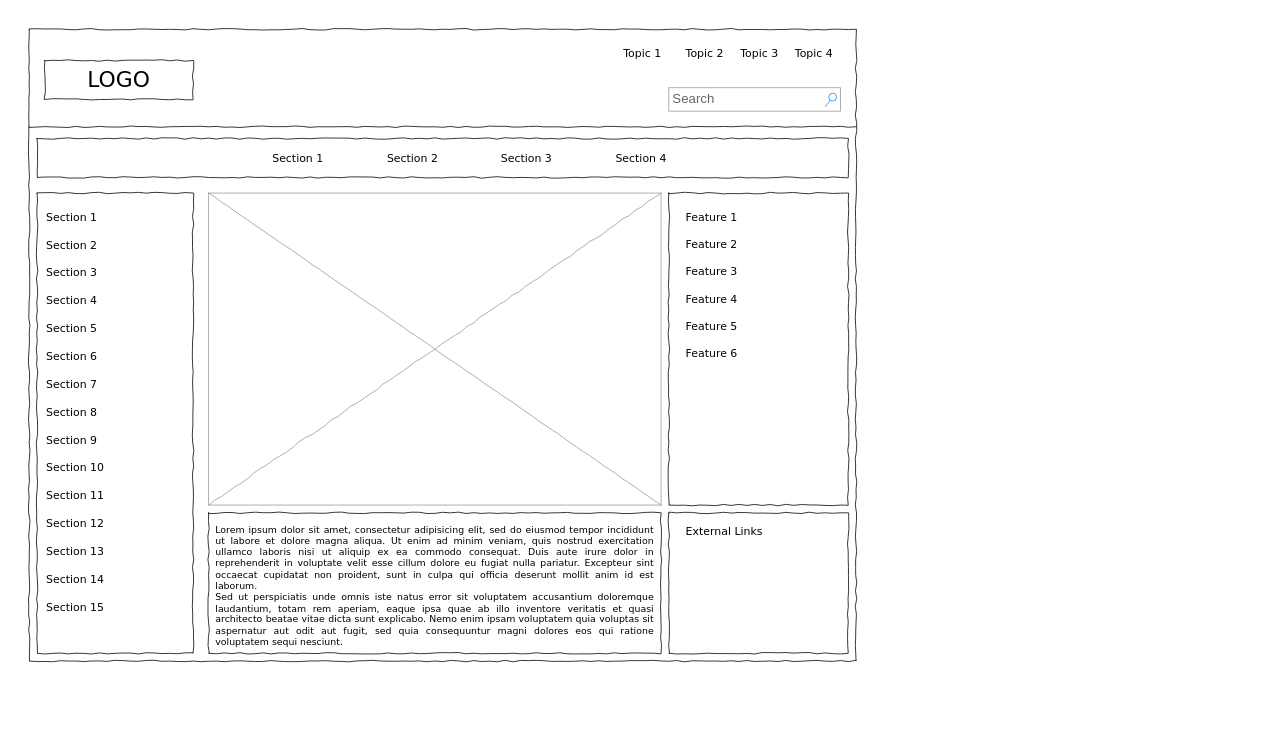
This is doc/wireframe/Home_Desktop.drawio from nietcetera/missablestracker-react, a draw.io file, before an edit. Source tidied: cells renumbered, new cells numbered last; positions are measured from the earlier drawing's top-left corner, leaving out a move shared by most shapes. Both pictures are drawn from the tidied source at 78%, with x=0, y=0 at pixel (29, 29).
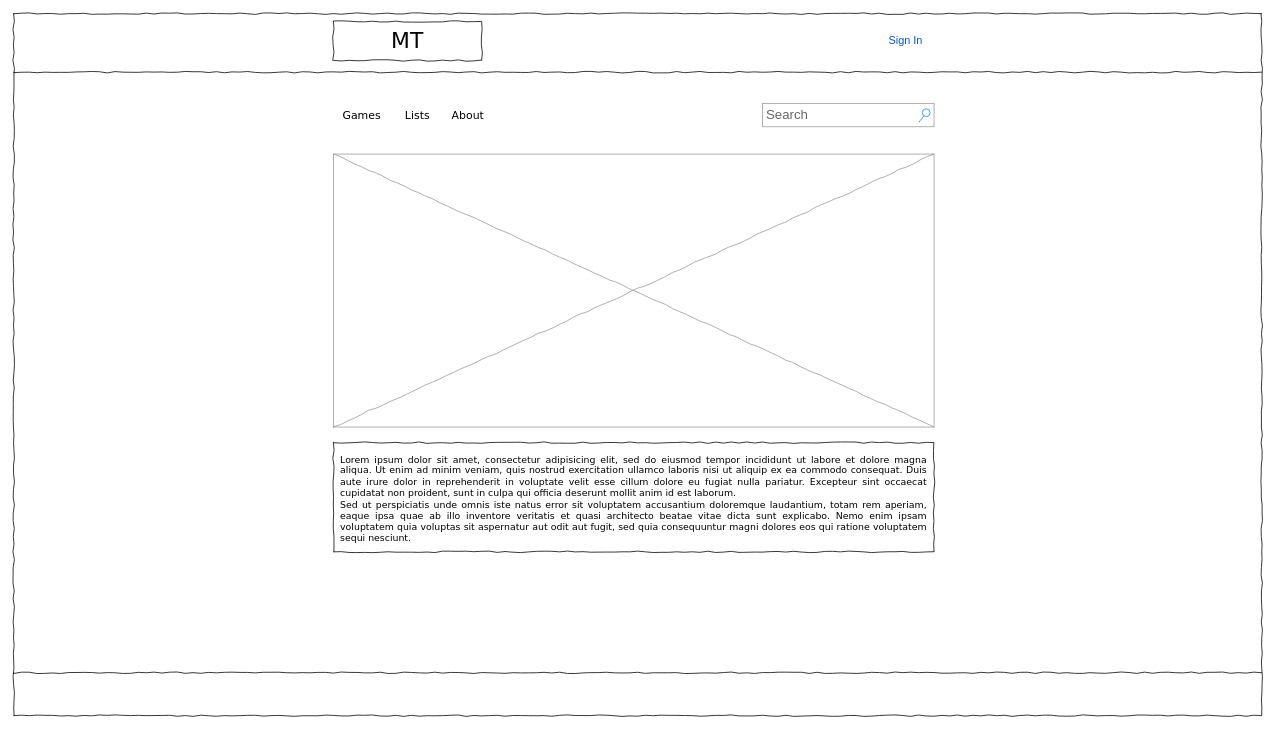
The same diagram, later.

Change to the diagram source:
```diff
@@
     <mxCell id="2" style="whiteSpace=wrap;html=1;rounded=0;shadow=0;labelBackgroundColor=none;strokeColor=#000000;strokeWidth=1;fillColor=none;fontFamily=Verdana;fontSize=12;fontColor=#000000;align=center;comic=1;" parent="1" vertex="1">
-      <mxGeometry width="1060" height="810" as="geometry" />
+      <mxGeometry x="-20" y="-20" width="1600" height="900" as="geometry" />
     </mxCell>
+    <mxCell id="42" style="whiteSpace=wrap;html=1;rounded=0;shadow=0;labelBackgroundColor=none;strokeWidth=1;fillColor=none;fontFamily=Verdana;fontSize=12;align=center;comic=1;strokeColor=none;" parent="1" vertex="1">
+      <mxGeometry x="-20" y="60" width="400" height="760" as="geometry" />
+    </mxCell>
-    <mxCell id="3" value="LOGO" style="whiteSpace=wrap;html=1;rounded=0;shadow=0;labelBackgroundColor=none;strokeWidth=1;fontFamily=Verdana;fontSize=28;align=center;comic=1;" parent="1" vertex="1">
-      <mxGeometry x="20" y="40" width="190" height="50" as="geometry" />
+    <mxCell id="3" value="MT" style="whiteSpace=wrap;html=1;rounded=0;shadow=0;labelBackgroundColor=none;strokeWidth=1;fontFamily=Verdana;fontSize=28;align=center;comic=1;" parent="1" vertex="1">
+      <mxGeometry x="390" y="-10" width="190" height="50" as="geometry" />
     </mxCell>
     <mxCell id="4" value="Search" style="strokeWidth=1;shadow=0;dashed=0;align=center;html=1;shape=mxgraph.mockup.forms.searchBox;strokeColor=#999999;mainText=;strokeColor2=#008cff;fontColor=#666666;fontSize=17;align=left;spacingLeft=3;rounded=0;labelBackgroundColor=none;comic=1;" parent="1" vertex="1">
-      <mxGeometry x="820" y="75" width="220" height="30" as="geometry" />
+      <mxGeometry x="940" y="95" width="220" height="30" as="geometry" />
     </mxCell>
-    <mxCell id="5" value="Topic 1" style="text;html=1;align=left;verticalAlign=top;spacingTop=-4;fontSize=14;fontFamily=Verdana;" parent="1" vertex="1">
-      <mxGeometry x="760" y="20" width="60" height="20" as="geometry" />
+    <mxCell id="5" value="&lt;div&gt;Games&lt;/div&gt;&lt;div&gt;&lt;br&gt;&lt;/div&gt;" style="text;html=1;align=left;verticalAlign=top;spacingTop=-4;fontSize=14;fontFamily=Verdana;" parent="1" vertex="1">
+      <mxGeometry x="400" y="100" width="60" height="20" as="geometry" />
     </mxCell>
-    <mxCell id="6" value="Topic 2" style="text;html=1;align=left;verticalAlign=top;spacingTop=-4;fontSize=14;fontFamily=Verdana;" parent="1" vertex="1">
-      <mxGeometry x="840" y="20" width="60" height="20" as="geometry" />
+    <mxCell id="6" value="Lists" style="text;html=1;align=left;verticalAlign=top;spacingTop=-4;fontSize=14;fontFamily=Verdana;" parent="1" vertex="1">
+      <mxGeometry x="480" y="100" width="60" height="20" as="geometry" />
     </mxCell>
-    <mxCell id="7" value="Topic 3" style="text;html=1;align=left;verticalAlign=top;spacingTop=-4;fontSize=14;fontFamily=Verdana;" parent="1" vertex="1">
-      <mxGeometry x="910" y="20" width="60" height="20" as="geometry" />
+    <mxCell id="7" value="About" style="text;html=1;align=left;verticalAlign=top;spacingTop=-4;fontSize=14;fontFamily=Verdana;" parent="1" vertex="1">
+      <mxGeometry x="540" y="100" width="60" height="20" as="geometry" />
     </mxCell>
-    <mxCell id="8" value="Topic 4" style="text;html=1;align=left;verticalAlign=top;spacingTop=-4;fontSize=14;fontFamily=Verdana;" parent="1" vertex="1">
-      <mxGeometry x="980" y="20" width="60" height="20" as="geometry" />
-    </mxCell>
-    <mxCell id="9" style="whiteSpace=wrap;html=1;rounded=0;shadow=0;labelBackgroundColor=none;strokeWidth=1;fillColor=none;fontFamily=Verdana;fontSize=12;align=center;comic=1;" parent="1" vertex="1">
-      <mxGeometry x="10" y="210" width="200" height="590" as="geometry" />
-    </mxCell>
     <mxCell id="10" style="line;strokeWidth=1;html=1;rounded=0;shadow=0;labelBackgroundColor=none;fillColor=none;fontFamily=Verdana;fontSize=14;fontColor=#000000;align=center;comic=1;" parent="1" vertex="1">
-      <mxGeometry y="120" width="1060" height="10" as="geometry" />
+      <mxGeometry x="-20" y="50" width="1600" height="10" as="geometry" />
     </mxCell>
-    <mxCell id="11" style="whiteSpace=wrap;html=1;rounded=0;shadow=0;labelBackgroundColor=none;strokeWidth=1;fillColor=none;fontFamily=Verdana;fontSize=12;align=center;comic=1;" parent="1" vertex="1">
-      <mxGeometry x="10" y="140" width="1040" height="50" as="geometry" />
-    </mxCell>
-    <mxCell id="12" value="Section 1" style="text;html=1;align=left;verticalAlign=top;spacingTop=-4;fontSize=14;fontFamily=Verdana;" parent="1" vertex="1">
-      <mxGeometry x="310" y="155" width="60" height="20" as="geometry" />
-    </mxCell>
-    <mxCell id="13" value="Section 2" style="text;html=1;align=left;verticalAlign=top;spacingTop=-4;fontSize=14;fontFamily=Verdana;" parent="1" vertex="1">
-      <mxGeometry x="457" y="155" width="60" height="20" as="geometry" />
-    </mxCell>
-    <mxCell id="14" value="Section 3" style="text;html=1;align=left;verticalAlign=top;spacingTop=-4;fontSize=14;fontFamily=Verdana;" parent="1" vertex="1">
-      <mxGeometry x="603" y="155" width="60" height="20" as="geometry" />
-    </mxCell>
-    <mxCell id="15" value="Section 4" style="text;html=1;align=left;verticalAlign=top;spacingTop=-4;fontSize=14;fontFamily=Verdana;" parent="1" vertex="1">
-      <mxGeometry x="750" y="155" width="60" height="20" as="geometry" />
-    </mxCell>
     <mxCell id="16" value="&lt;div style=&quot;text-align: justify&quot;&gt;&lt;span&gt;Lorem ipsum dolor sit amet, consectetur adipisicing elit, sed do eiusmod tempor incididunt ut labore et dolore magna aliqua. Ut enim ad minim veniam, quis nostrud exercitation ullamco laboris nisi ut aliquip ex ea commodo consequat. Duis aute irure dolor in reprehenderit in voluptate velit esse cillum dolore eu fugiat nulla pariatur. Excepteur sint occaecat cupidatat non proident, sunt in culpa qui officia deserunt mollit anim id est laborum.&lt;/span&gt;&lt;/div&gt;&lt;div style=&quot;text-align: justify&quot;&gt;&lt;span&gt;Sed ut perspiciatis unde omnis iste natus error sit voluptatem accusantium doloremque laudantium, totam rem aperiam, eaque ipsa quae ab illo inventore veritatis et quasi architecto beatae vitae dicta sunt explicabo. Nemo enim ipsam voluptatem quia voluptas sit aspernatur aut odit aut fugit, sed quia consequuntur magni dolores eos qui ratione voluptatem sequi nesciunt.&amp;nbsp;&lt;/span&gt;&lt;/div&gt;" style="whiteSpace=wrap;html=1;rounded=0;shadow=0;labelBackgroundColor=none;strokeWidth=1;fillColor=none;fontFamily=Verdana;fontSize=12;align=center;verticalAlign=top;spacing=10;comic=1;" parent="1" vertex="1">
-      <mxGeometry x="230" y="620" width="580" height="180" as="geometry" />
+      <mxGeometry x="390" y="530" width="770" height="140" as="geometry" />
     </mxCell>
     <mxCell id="17" style="verticalLabelPosition=bottom;shadow=0;dashed=0;align=center;html=1;verticalAlign=top;strokeWidth=1;shape=mxgraph.mockup.graphics.simpleIcon;strokeColor=#999999;rounded=0;labelBackgroundColor=none;fontFamily=Verdana;fontSize=14;fontColor=#000000;comic=1;" parent="1" vertex="1">
-      <mxGeometry x="230" y="210" width="580" height="400" as="geometry" />
+      <mxGeometry x="390" y="160" width="770" height="350" as="geometry" />
     </mxCell>
-    <mxCell id="18" style="whiteSpace=wrap;html=1;rounded=0;shadow=0;labelBackgroundColor=none;strokeWidth=1;fillColor=none;fontFamily=Verdana;fontSize=12;align=center;comic=1;" parent="1" vertex="1">
-      <mxGeometry x="820" y="210" width="230" height="400" as="geometry" />
+    <mxCell id="18" style="whiteSpace=wrap;html=1;rounded=0;shadow=0;labelBackgroundColor=none;strokeWidth=1;fillColor=none;fontFamily=Verdana;fontSize=12;align=center;comic=1;strokeColor=none;" parent="1" vertex="1">
+      <mxGeometry x="1175" y="60" width="400" height="760" as="geometry" />
     </mxCell>
-    <mxCell id="19" style="whiteSpace=wrap;html=1;rounded=0;shadow=0;labelBackgroundColor=none;strokeWidth=1;fillColor=none;fontFamily=Verdana;fontSize=12;align=center;comic=1;" parent="1" vertex="1">
-      <mxGeometry x="820" y="620" width="230" height="180" as="geometry" />
-    </mxCell>
-    <mxCell id="20" value="Section 1" style="text;html=1;align=left;verticalAlign=top;spacingTop=-4;fontSize=14;fontFamily=Verdana;" parent="1" vertex="1">
-      <mxGeometry x="20" y="230" width="170" height="20" as="geometry" />
-    </mxCell>
-    <mxCell id="21" value="Section 2" style="text;html=1;align=left;verticalAlign=top;spacingTop=-4;fontSize=14;fontFamily=Verdana;" parent="1" vertex="1">
-      <mxGeometry x="20" y="266" width="170" height="20" as="geometry" />
-    </mxCell>
-    <mxCell id="22" value="Section 3" style="text;html=1;align=left;verticalAlign=top;spacingTop=-4;fontSize=14;fontFamily=Verdana;" parent="1" vertex="1">
-      <mxGeometry x="20" y="301" width="170" height="20" as="geometry" />
-    </mxCell>
-    <mxCell id="23" value="Section 4" style="text;html=1;align=left;verticalAlign=top;spacingTop=-4;fontSize=14;fontFamily=Verdana;" parent="1" vertex="1">
-      <mxGeometry x="20" y="337" width="170" height="20" as="geometry" />
-    </mxCell>
-    <mxCell id="24" value="Section 7" style="text;html=1;align=left;verticalAlign=top;spacingTop=-4;fontSize=14;fontFamily=Verdana;" parent="1" vertex="1">
-      <mxGeometry x="20" y="444" width="170" height="20" as="geometry" />
-    </mxCell>
-    <mxCell id="25" value="Section 8" style="text;html=1;align=left;verticalAlign=top;spacingTop=-4;fontSize=14;fontFamily=Verdana;" parent="1" vertex="1">
-      <mxGeometry x="20" y="480" width="170" height="20" as="geometry" />
-    </mxCell>
-    <mxCell id="26" value="Section 9" style="text;html=1;align=left;verticalAlign=top;spacingTop=-4;fontSize=14;fontFamily=Verdana;" parent="1" vertex="1">
-      <mxGeometry x="20" y="516" width="170" height="20" as="geometry" />
-    </mxCell>
-    <mxCell id="27" value="Section 10" style="text;html=1;align=left;verticalAlign=top;spacingTop=-4;fontSize=14;fontFamily=Verdana;" parent="1" vertex="1">
-      <mxGeometry x="20" y="551" width="170" height="20" as="geometry" />
-    </mxCell>
-    <mxCell id="28" value="Section 11" style="text;html=1;align=left;verticalAlign=top;spacingTop=-4;fontSize=14;fontFamily=Verdana;" parent="1" vertex="1">
-      <mxGeometry x="20" y="587" width="170" height="20" as="geometry" />
-    </mxCell>
-    <mxCell id="29" value="Section 12" style="text;html=1;align=left;verticalAlign=top;spacingTop=-4;fontSize=14;fontFamily=Verdana;" parent="1" vertex="1">
-      <mxGeometry x="20" y="623" width="170" height="20" as="geometry" />
-    </mxCell>
-    <mxCell id="30" value="Section 13" style="text;html=1;align=left;verticalAlign=top;spacingTop=-4;fontSize=14;fontFamily=Verdana;" parent="1" vertex="1">
-      <mxGeometry x="20" y="659" width="170" height="20" as="geometry" />
-    </mxCell>
-    <mxCell id="31" value="Section 14" style="text;html=1;align=left;verticalAlign=top;spacingTop=-4;fontSize=14;fontFamily=Verdana;" parent="1" vertex="1">
-      <mxGeometry x="20" y="694" width="170" height="20" as="geometry" />
-    </mxCell>
-    <mxCell id="32" value="Section 5" style="text;html=1;align=left;verticalAlign=top;spacingTop=-4;fontSize=14;fontFamily=Verdana;" parent="1" vertex="1">
-      <mxGeometry x="20" y="373" width="170" height="20" as="geometry" />
-    </mxCell>
-    <mxCell id="33" value="Section 6" style="text;html=1;align=left;verticalAlign=top;spacingTop=-4;fontSize=14;fontFamily=Verdana;" parent="1" vertex="1">
-      <mxGeometry x="20" y="409" width="170" height="20" as="geometry" />
-    </mxCell>
-    <mxCell id="34" value="Section 15" style="text;html=1;align=left;verticalAlign=top;spacingTop=-4;fontSize=14;fontFamily=Verdana;" parent="1" vertex="1">
-      <mxGeometry x="20" y="730" width="170" height="20" as="geometry" />
-    </mxCell>
-    <mxCell id="35" value="External Links" style="text;html=1;align=left;verticalAlign=top;spacingTop=-4;fontSize=14;fontFamily=Verdana;" parent="1" vertex="1">
-      <mxGeometry x="840" y="633" width="170" height="20" as="geometry" />
-    </mxCell>
-    <mxCell id="36" value="Feature 1" style="text;html=1;align=left;verticalAlign=top;spacingTop=-4;fontSize=14;fontFamily=Verdana;" parent="1" vertex="1">
-      <mxGeometry x="840" y="230" width="170" height="20" as="geometry" />
-    </mxCell>
-    <mxCell id="37" value="Feature 2" style="text;html=1;align=left;verticalAlign=top;spacingTop=-4;fontSize=14;fontFamily=Verdana;" parent="1" vertex="1">
-      <mxGeometry x="840" y="265" width="170" height="20" as="geometry" />
-    </mxCell>
-    <mxCell id="38" value="Feature 3" style="text;html=1;align=left;verticalAlign=top;spacingTop=-4;fontSize=14;fontFamily=Verdana;" parent="1" vertex="1">
-      <mxGeometry x="840" y="300" width="170" height="20" as="geometry" />
-    </mxCell>
-    <mxCell id="39" value="Feature 4" style="text;html=1;align=left;verticalAlign=top;spacingTop=-4;fontSize=14;fontFamily=Verdana;" parent="1" vertex="1">
-      <mxGeometry x="840" y="335" width="170" height="20" as="geometry" />
-    </mxCell>
-    <mxCell id="40" value="Feature 5" style="text;html=1;align=left;verticalAlign=top;spacingTop=-4;fontSize=14;fontFamily=Verdana;" parent="1" vertex="1">
-      <mxGeometry x="840" y="370" width="170" height="20" as="geometry" />
-    </mxCell>
-    <mxCell id="41" value="Feature 6" style="text;html=1;align=left;verticalAlign=top;spacingTop=-4;fontSize=14;fontFamily=Verdana;" parent="1" vertex="1">
-      <mxGeometry x="840" y="405" width="170" height="20" as="geometry" />
-    </mxCell>
+    <mxCell id="43" value="&lt;div style=&quot;font-size: 14px;&quot;&gt;Sign In&lt;/div&gt;" style="fillColor=none;strokeColor=none;html=1;fontColor=#0057D8;align=left;fontSize=12;sketch=0;" parent="1" vertex="1">
+      <mxGeometry x="1100" y="-1.5" width="55" height="33" as="geometry" />
+    </mxCell>
+    <mxCell id="44" style="line;strokeWidth=1;html=1;rounded=0;shadow=0;labelBackgroundColor=none;fillColor=none;fontFamily=Verdana;fontSize=14;fontColor=#000000;align=center;comic=1;" parent="1" vertex="1">
+      <mxGeometry x="-20" y="820" width="1600" height="10" as="geometry" />
+    </mxCell>
```
